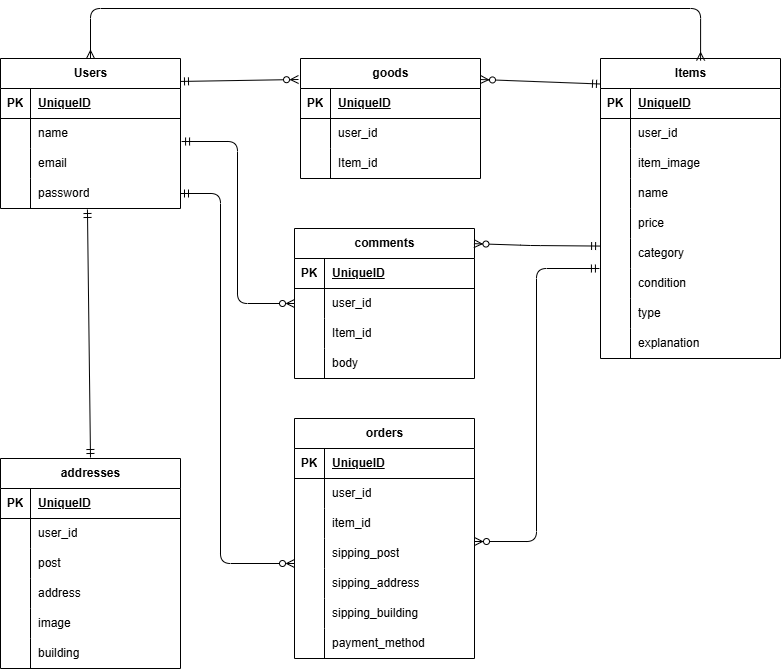
Earlier version of the draw.io export er.drawio.png (okazaki-ken/case1_FM). Source tidied: cells renumbered, new cells last; positions are measured from the earlier drawing's top-left corner, leaving out a move shared by most shapes.
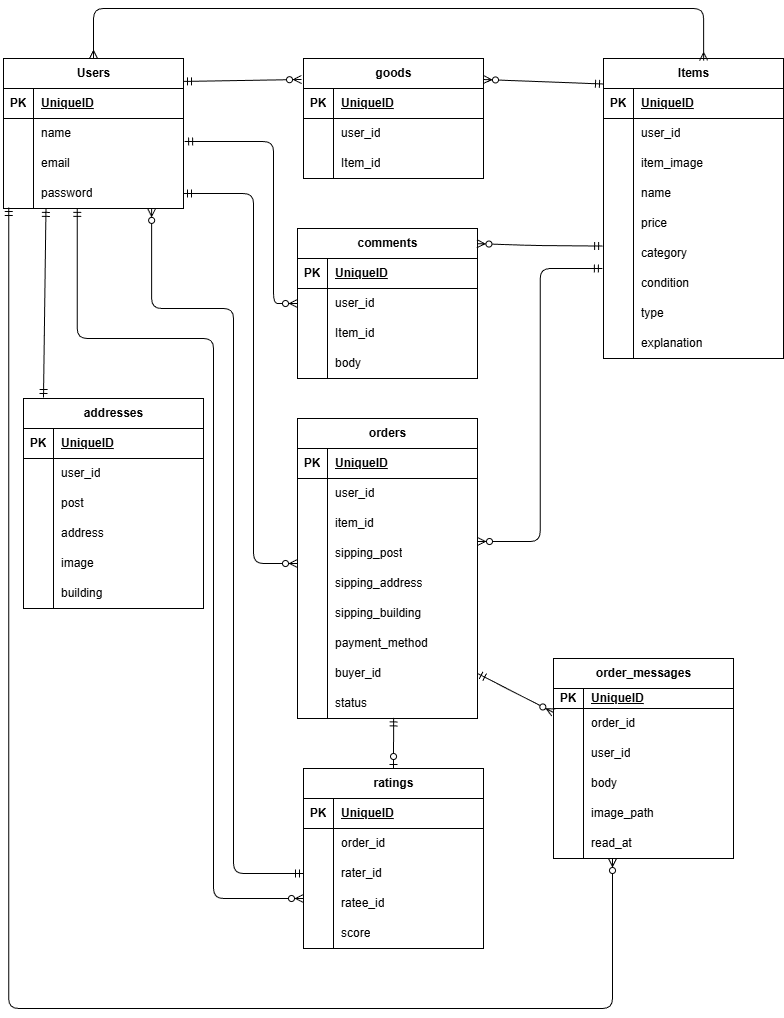
Later version of the same file.

What changed in the source:
```diff
@@ -42,7 +42,7 @@
       <mxGeometry x="30" width="150" height="30" as="geometry" />
     </mxCell>
     <mxCell id="15" value="addresses" style="shape=table;startSize=30;rowLines=0;fontStyle=1;align=center;html=1;" parent="1" vertex="1">
-      <mxGeometry y="450" width="180" height="210" as="geometry" />
+      <mxGeometry x="20" y="390" width="180" height="210" as="geometry" />
     </mxCell>
     <mxCell id="16" style="shape=tableRow;horizontal=0;startSize=0;swimlaneHead=0;swimlaneBody=0;fillColor=none;top=0;left=0;right=0;bottom=1;" parent="15" vertex="1">
       <mxGeometry y="30" width="180" height="30" as="geometry" />
@@ -251,9 +251,9 @@
     <mxCell id="84" value="body" style="shape=partialRectangle;fillColor=none;top=0;left=0;bottom=0;right=0;align=left;spacingLeft=6;overflow=hidden;whiteSpace=wrap;html=1;" parent="82" vertex="1">
       <mxGeometry x="30" width="150" height="30" as="geometry" />
     </mxCell>
-    <mxCell id="85" style="fontSize=12;html=1;endArrow=ERmandOne;startArrow=ERmandOne;entryX=0.483;entryY=1.033;entryDx=0;entryDy=0;entryPerimeter=0;" parent="1" edge="1" target="12">
+    <mxCell id="85" style="fontSize=12;html=1;endArrow=ERmandOne;startArrow=ERmandOne;entryX=0.236;entryY=0.997;entryDx=0;entryDy=0;entryPerimeter=0;" parent="1" edge="1" target="12">
       <mxGeometry relative="1" as="geometry">
-        <mxPoint x="90" y="449" as="sourcePoint" />
+        <mxPoint x="40" y="389" as="sourcePoint" />
       </mxGeometry>
     </mxCell>
     <mxCell id="86" style="edgeStyle=orthogonalEdgeStyle;fontSize=12;html=1;endArrow=ERmany;startArrow=ERmany;exitX=0.5;exitY=0;exitDx=0;exitDy=0;entryX=0.556;entryY=0.007;entryDx=0;entryDy=0;entryPerimeter=0;" parent="1" edge="1" source="2" target="34">
@@ -268,14 +268,19 @@
       <mxGeometry relative="1" as="geometry" />
     </mxCell>
     <mxCell id="88" style="fontSize=12;html=1;endArrow=ERzeroToMany;startArrow=ERmandOne;entryX=0;entryY=0.5;entryDx=0;entryDy=0;exitX=1.006;exitY=0.767;exitDx=0;exitDy=0;exitPerimeter=0;edgeStyle=orthogonalEdgeStyle;endFill=0;" parent="1" edge="1" source="6" target="76">
-      <mxGeometry relative="1" as="geometry" />
+      <mxGeometry relative="1" as="geometry">
+        <Array as="points">
+          <mxPoint x="270" y="133" />
+          <mxPoint x="270" y="295" />
+        </Array>
+      </mxGeometry>
     </mxCell>
     <mxCell id="89" style="fontSize=12;html=1;endArrow=ERzeroToMany;startArrow=ERmandOne;entryX=0;entryY=0.5;entryDx=0;entryDy=0;exitX=1;exitY=0.5;exitDx=0;exitDy=0;edgeStyle=orthogonalEdgeStyle;endFill=0;" parent="1" edge="1" source="12">
       <mxGeometry relative="1" as="geometry">
         <mxPoint x="294" y="555" as="targetPoint" />
         <Array as="points">
-          <mxPoint x="220" y="185" />
-          <mxPoint x="220" y="555" />
+          <mxPoint x="250" y="185" />
+          <mxPoint x="250" y="555" />
         </Array>
       </mxGeometry>
     </mxCell>
@@ -298,7 +303,7 @@
       </mxGeometry>
     </mxCell>
     <mxCell id="93" value="orders" style="shape=table;startSize=30;rowLines=0;fontStyle=1;align=center;html=1;" parent="1" vertex="1">
-      <mxGeometry x="294" y="410" width="180" height="240" as="geometry" />
+      <mxGeometry x="294" y="410" width="180" height="300" as="geometry" />
     </mxCell>
     <mxCell id="94" style="shape=tableRow;horizontal=0;startSize=0;swimlaneHead=0;swimlaneBody=0;fillColor=none;top=0;left=0;right=0;bottom=1;" parent="93" vertex="1">
       <mxGeometry y="30" width="180" height="30" as="geometry" />
@@ -363,5 +368,161 @@
     <mxCell id="114" value="payment_method" style="shape=partialRectangle;fillColor=none;top=0;left=0;bottom=0;right=0;align=left;spacingLeft=6;overflow=hidden;whiteSpace=wrap;html=1;" parent="112" vertex="1">
       <mxGeometry x="30" width="150" height="30" as="geometry" />
     </mxCell>
+    <mxCell id="115" style="shape=tableRow;horizontal=0;startSize=0;swimlaneHead=0;swimlaneBody=0;fillColor=none;points=[[0,0.5],[1,0.5]];portConstraint=eastwest;top=0;left=0;right=0;bottom=0;strokeColor=#FF2121;" parent="93" vertex="1">
+      <mxGeometry y="240" width="180" height="30" as="geometry" />
+    </mxCell>
+    <mxCell id="116" style="shape=partialRectangle;fillColor=none;top=0;left=0;bottom=0;right=0;overflow=hidden;whiteSpace=wrap;html=1;" parent="115" vertex="1">
+      <mxGeometry width="30" height="30" as="geometry" />
+    </mxCell>
+    <mxCell id="117" value="&lt;font style=&quot;color: rgb(0, 0, 0);&quot;&gt;buyer_id&lt;/font&gt;" style="shape=partialRectangle;fillColor=none;top=0;left=0;bottom=0;right=0;align=left;spacingLeft=6;overflow=hidden;whiteSpace=wrap;html=1;" parent="115" vertex="1">
+      <mxGeometry x="30" width="150" height="30" as="geometry" />
+    </mxCell>
+    <mxCell id="118" style="shape=tableRow;horizontal=0;startSize=0;swimlaneHead=0;swimlaneBody=0;fillColor=none;points=[[0,0.5],[1,0.5]];portConstraint=eastwest;top=0;left=0;right=0;bottom=0;strokeColor=#FF2121;" parent="93" vertex="1">
+      <mxGeometry y="270" width="180" height="30" as="geometry" />
+    </mxCell>
+    <mxCell id="119" style="shape=partialRectangle;fillColor=none;top=0;left=0;bottom=0;right=0;overflow=hidden;whiteSpace=wrap;html=1;" parent="118" vertex="1">
+      <mxGeometry width="30" height="30" as="geometry" />
+    </mxCell>
+    <mxCell id="120" value="&lt;font style=&quot;color: rgb(0, 0, 0);&quot;&gt;status&lt;/font&gt;" style="shape=partialRectangle;fillColor=none;top=0;left=0;bottom=0;right=0;align=left;spacingLeft=6;overflow=hidden;whiteSpace=wrap;html=1;" parent="118" vertex="1">
+      <mxGeometry x="30" width="150" height="30" as="geometry" />
+    </mxCell>
+    <mxCell id="121" value="&lt;font style=&quot;color: rgb(0, 0, 0);&quot;&gt;ratings&lt;/font&gt;" style="shape=table;startSize=30;rowLines=0;fontStyle=1;align=center;html=1;" parent="1" vertex="1">
+      <mxGeometry x="300" y="760" width="180" height="180" as="geometry" />
+    </mxCell>
+    <mxCell id="122" style="shape=tableRow;horizontal=0;startSize=0;swimlaneHead=0;swimlaneBody=0;fillColor=none;top=0;left=0;right=0;bottom=1;" parent="121" vertex="1">
+      <mxGeometry y="30" width="180" height="30" as="geometry" />
+    </mxCell>
+    <mxCell id="123" value="PK" style="shape=partialRectangle;fillColor=none;top=0;left=0;bottom=0;right=0;fontStyle=1;overflow=hidden;whiteSpace=wrap;html=1;" parent="122" vertex="1">
+      <mxGeometry width="30" height="30" as="geometry" />
+    </mxCell>
+    <mxCell id="124" value="UniqueID" style="shape=partialRectangle;fillColor=none;top=0;left=0;bottom=0;right=0;align=left;spacingLeft=6;fontStyle=5;overflow=hidden;whiteSpace=wrap;html=1;" parent="122" vertex="1">
+      <mxGeometry x="30" width="150" height="30" as="geometry" />
+    </mxCell>
+    <mxCell id="125" style="shape=tableRow;horizontal=0;startSize=0;swimlaneHead=0;swimlaneBody=0;fillColor=none;top=0;left=0;right=0;bottom=0;" parent="121" vertex="1">
+      <mxGeometry y="60" width="180" height="30" as="geometry" />
+    </mxCell>
+    <mxCell id="126" style="shape=partialRectangle;fillColor=none;top=0;left=0;bottom=0;right=0;overflow=hidden;whiteSpace=wrap;html=1;" parent="125" vertex="1">
+      <mxGeometry width="30" height="30" as="geometry" />
+    </mxCell>
+    <mxCell id="127" value="order_id" style="shape=partialRectangle;fillColor=none;top=0;left=0;bottom=0;right=0;align=left;spacingLeft=6;overflow=hidden;whiteSpace=wrap;html=1;" parent="125" vertex="1">
+      <mxGeometry x="30" width="150" height="30" as="geometry" />
+    </mxCell>
+    <mxCell id="128" style="shape=tableRow;horizontal=0;startSize=0;swimlaneHead=0;swimlaneBody=0;fillColor=none;points=[[0,0.5],[1,0.5]];portConstraint=eastwest;top=0;left=0;right=0;bottom=0;" parent="121" vertex="1">
+      <mxGeometry y="90" width="180" height="30" as="geometry" />
+    </mxCell>
+    <mxCell id="129" style="shape=partialRectangle;fillColor=none;top=0;left=0;bottom=0;right=0;overflow=hidden;whiteSpace=wrap;html=1;" parent="128" vertex="1">
+      <mxGeometry width="30" height="30" as="geometry" />
+    </mxCell>
+    <mxCell id="130" value="rater_id" style="shape=partialRectangle;fillColor=none;top=0;left=0;bottom=0;right=0;align=left;spacingLeft=6;overflow=hidden;whiteSpace=wrap;html=1;" parent="128" vertex="1">
+      <mxGeometry x="30" width="150" height="30" as="geometry" />
+    </mxCell>
+    <mxCell id="131" style="shape=tableRow;horizontal=0;startSize=0;swimlaneHead=0;swimlaneBody=0;fillColor=none;points=[[0,0.5],[1,0.5]];portConstraint=eastwest;top=0;left=0;right=0;bottom=0;" parent="121" vertex="1">
+      <mxGeometry y="120" width="180" height="30" as="geometry" />
+    </mxCell>
+    <mxCell id="132" style="shape=partialRectangle;fillColor=none;top=0;left=0;bottom=0;right=0;overflow=hidden;whiteSpace=wrap;html=1;" parent="131" vertex="1">
+      <mxGeometry width="30" height="30" as="geometry" />
+    </mxCell>
+    <mxCell id="133" value="ratee_id" style="shape=partialRectangle;fillColor=none;top=0;left=0;bottom=0;right=0;align=left;spacingLeft=6;overflow=hidden;whiteSpace=wrap;html=1;" parent="131" vertex="1">
+      <mxGeometry x="30" width="150" height="30" as="geometry" />
+    </mxCell>
+    <mxCell id="134" style="shape=tableRow;horizontal=0;startSize=0;swimlaneHead=0;swimlaneBody=0;fillColor=none;top=0;left=0;right=0;bottom=0;" parent="121" vertex="1">
+      <mxGeometry y="150" width="180" height="30" as="geometry" />
+    </mxCell>
+    <mxCell id="135" style="shape=partialRectangle;fillColor=none;top=0;left=0;bottom=0;right=0;overflow=hidden;whiteSpace=wrap;html=1;" parent="134" vertex="1">
+      <mxGeometry width="30" height="30" as="geometry" />
+    </mxCell>
+    <mxCell id="136" value="score" style="shape=partialRectangle;fillColor=none;top=0;left=0;bottom=0;right=0;align=left;spacingLeft=6;overflow=hidden;whiteSpace=wrap;html=1;" parent="134" vertex="1">
+      <mxGeometry x="30" width="150" height="30" as="geometry" />
+    </mxCell>
+    <mxCell id="137" value="&lt;font style=&quot;color: rgb(0, 0, 0);&quot;&gt;order_messages&lt;/font&gt;" style="shape=table;startSize=30;rowLines=0;fontStyle=1;align=center;html=1;" parent="1" vertex="1">
+      <mxGeometry x="550" y="650" width="180" height="200" as="geometry" />
+    </mxCell>
+    <mxCell id="138" style="shape=tableRow;horizontal=0;startSize=0;swimlaneHead=0;swimlaneBody=0;fillColor=none;top=0;left=0;right=0;bottom=1;" parent="137" vertex="1">
+      <mxGeometry y="30" width="180" height="20" as="geometry" />
+    </mxCell>
+    <mxCell id="139" value="PK" style="shape=partialRectangle;fillColor=none;top=0;left=0;bottom=0;right=0;fontStyle=1;overflow=hidden;whiteSpace=wrap;html=1;" parent="138" vertex="1">
+      <mxGeometry width="30" height="20" as="geometry" />
+    </mxCell>
+    <mxCell id="140" value="UniqueID" style="shape=partialRectangle;fillColor=none;top=0;left=0;bottom=0;right=0;align=left;spacingLeft=6;fontStyle=5;overflow=hidden;whiteSpace=wrap;html=1;" parent="138" vertex="1">
+      <mxGeometry x="30" width="150" height="20" as="geometry" />
+    </mxCell>
+    <mxCell id="141" style="shape=tableRow;horizontal=0;startSize=0;swimlaneHead=0;swimlaneBody=0;fillColor=none;top=0;left=0;right=0;bottom=0;" parent="137" vertex="1">
+      <mxGeometry y="50" width="180" height="30" as="geometry" />
+    </mxCell>
+    <mxCell id="142" style="shape=partialRectangle;fillColor=none;top=0;left=0;bottom=0;right=0;overflow=hidden;whiteSpace=wrap;html=1;" parent="141" vertex="1">
+      <mxGeometry width="30" height="30" as="geometry" />
+    </mxCell>
+    <mxCell id="143" value="order_id" style="shape=partialRectangle;fillColor=none;top=0;left=0;bottom=0;right=0;align=left;spacingLeft=6;overflow=hidden;whiteSpace=wrap;html=1;" parent="141" vertex="1">
+      <mxGeometry x="30" width="150" height="30" as="geometry" />
+    </mxCell>
+    <mxCell id="144" style="shape=tableRow;horizontal=0;startSize=0;swimlaneHead=0;swimlaneBody=0;fillColor=none;top=0;left=0;right=0;bottom=0;" parent="137" vertex="1">
+      <mxGeometry y="80" width="180" height="30" as="geometry" />
+    </mxCell>
+    <mxCell id="145" style="shape=partialRectangle;fillColor=none;top=0;left=0;bottom=0;right=0;overflow=hidden;whiteSpace=wrap;html=1;" parent="144" vertex="1">
+      <mxGeometry width="30" height="30" as="geometry" />
+    </mxCell>
+    <mxCell id="146" value="user_id" style="shape=partialRectangle;fillColor=none;top=0;left=0;bottom=0;right=0;align=left;spacingLeft=6;overflow=hidden;whiteSpace=wrap;html=1;" parent="144" vertex="1">
+      <mxGeometry x="30" width="150" height="30" as="geometry" />
+    </mxCell>
+    <mxCell id="147" style="shape=tableRow;horizontal=0;startSize=0;swimlaneHead=0;swimlaneBody=0;fillColor=none;top=0;left=0;right=0;bottom=0;" parent="137" vertex="1">
+      <mxGeometry y="110" width="180" height="30" as="geometry" />
+    </mxCell>
+    <mxCell id="148" style="shape=partialRectangle;fillColor=none;top=0;left=0;bottom=0;right=0;overflow=hidden;whiteSpace=wrap;html=1;" parent="147" vertex="1">
+      <mxGeometry width="30" height="30" as="geometry" />
+    </mxCell>
+    <mxCell id="149" value="body" style="shape=partialRectangle;fillColor=none;top=0;left=0;bottom=0;right=0;align=left;spacingLeft=6;overflow=hidden;whiteSpace=wrap;html=1;" parent="147" vertex="1">
+      <mxGeometry x="30" width="150" height="30" as="geometry" />
+    </mxCell>
+    <mxCell id="150" style="shape=tableRow;horizontal=0;startSize=0;swimlaneHead=0;swimlaneBody=0;fillColor=none;top=0;left=0;right=0;bottom=0;" parent="137" vertex="1">
+      <mxGeometry y="140" width="180" height="30" as="geometry" />
+    </mxCell>
+    <mxCell id="151" style="shape=partialRectangle;fillColor=none;top=0;left=0;bottom=0;right=0;overflow=hidden;whiteSpace=wrap;html=1;" parent="150" vertex="1">
+      <mxGeometry width="30" height="30" as="geometry" />
+    </mxCell>
+    <mxCell id="152" value="image_path" style="shape=partialRectangle;fillColor=none;top=0;left=0;bottom=0;right=0;align=left;spacingLeft=6;overflow=hidden;whiteSpace=wrap;html=1;" parent="150" vertex="1">
+      <mxGeometry x="30" width="150" height="30" as="geometry" />
+    </mxCell>
+    <mxCell id="153" style="shape=tableRow;horizontal=0;startSize=0;swimlaneHead=0;swimlaneBody=0;fillColor=none;top=0;left=0;right=0;bottom=0;" parent="137" vertex="1">
+      <mxGeometry y="170" width="180" height="30" as="geometry" />
+    </mxCell>
+    <mxCell id="154" style="shape=partialRectangle;fillColor=none;top=0;left=0;bottom=0;right=0;overflow=hidden;whiteSpace=wrap;html=1;" parent="153" vertex="1">
+      <mxGeometry width="30" height="30" as="geometry" />
+    </mxCell>
+    <mxCell id="155" value="read_at" style="shape=partialRectangle;fillColor=none;top=0;left=0;bottom=0;right=0;align=left;spacingLeft=6;overflow=hidden;whiteSpace=wrap;html=1;" parent="153" vertex="1">
+      <mxGeometry x="30" width="150" height="30" as="geometry" />
+    </mxCell>
+    <mxCell id="156" style="edgeStyle=orthogonalEdgeStyle;fontSize=12;html=1;endArrow=ERzeroToMany;startArrow=ERmandOne;exitX=0.41;exitY=0.997;exitDx=0;exitDy=0;exitPerimeter=0;" parent="1" edge="1" source="12" target="131">
+      <mxGeometry relative="1" as="geometry">
+        <Array as="points">
+          <mxPoint x="74" y="330" />
+          <mxPoint x="210" y="330" />
+          <mxPoint x="210" y="890" />
+        </Array>
+      </mxGeometry>
+    </mxCell>
+    <mxCell id="157" style="edgeStyle=orthogonalEdgeStyle;fontSize=12;html=1;endArrow=ERzeroToMany;startArrow=ERmandOne;entryX=0.823;entryY=0.997;entryDx=0;entryDy=0;entryPerimeter=0;exitX=0;exitY=0.5;exitDx=0;exitDy=0;" parent="1" edge="1" source="128" target="12">
+      <mxGeometry relative="1" as="geometry">
+        <Array as="points">
+          <mxPoint x="230" y="865" />
+          <mxPoint x="230" y="300" />
+          <mxPoint x="148" y="300" />
+        </Array>
+      </mxGeometry>
+    </mxCell>
+    <mxCell id="158" style="fontSize=12;html=1;endArrow=ERzeroToMany;startArrow=ERmandOne;exitX=1;exitY=0.5;exitDx=0;exitDy=0;" parent="1" edge="1" source="115" target="137">
+      <mxGeometry relative="1" as="geometry" />
+    </mxCell>
+    <mxCell id="159" style="edgeStyle=orthogonalEdgeStyle;fontSize=12;html=1;endArrow=ERzeroToMany;startArrow=ERmandOne;exitX=0.029;exitY=0.965;exitDx=0;exitDy=0;exitPerimeter=0;" parent="1" edge="1" source="12">
+      <mxGeometry relative="1" as="geometry">
+        <mxPoint x="609" y="850" as="targetPoint" />
+        <Array as="points">
+          <mxPoint x="5" y="1000" />
+          <mxPoint x="609" y="1000" />
+        </Array>
+      </mxGeometry>
+    </mxCell>
+    <mxCell id="160" style="fontSize=12;html=1;endArrow=ERzeroToOne;startArrow=ERmandOne;exitX=0.534;exitY=0.981;exitDx=0;exitDy=0;exitPerimeter=0;entryX=0.5;entryY=0;entryDx=0;entryDy=0;" parent="1" edge="1" source="118" target="121">
+      <mxGeometry relative="1" as="geometry" />
+    </mxCell>
   </root>
 </mxGraphModel>
```
